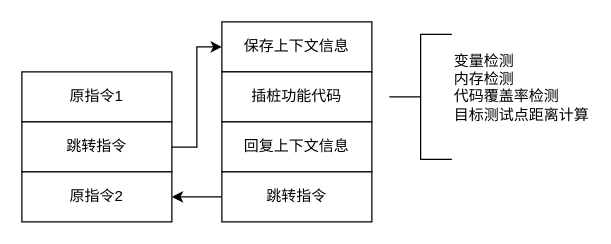
Above: 代码插桩.drawio in Adam-01/diagrams (draw.io), before the change. Source tidied: cells renumbered, new cells numbered last; positions are measured from the earlier drawing's top-left corner, leaving out a move shared by most shapes. Both pictures are drawn from the tidied source at 125%, with x=0, y=0 at pixel (21, 21).
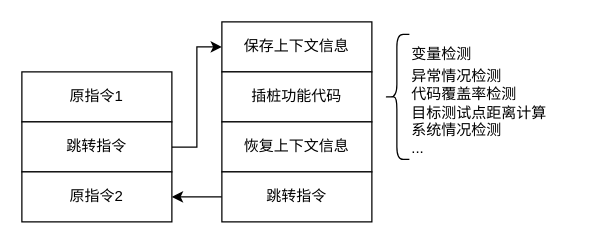
After the change.

Commit message (it also covers changes not shown here):
更新代码插桩.drawio

Diff of the diagram source:
```diff
@@
 <mxGraphModel>
   <root>
     <mxCell id="0" />
     <mxCell id="1" parent="0" />
     <mxCell id="2" value="原指令1" style="rounded=0;whiteSpace=wrap;html=1;fontFamily=宋体;" parent="1" vertex="1">
       <mxGeometry y="40" width="120" height="40" as="geometry" />
     </mxCell>
     <mxCell id="3" style="edgeStyle=orthogonalEdgeStyle;rounded=0;jettySize=auto;html=1;entryX=0;entryY=0.5;entryDx=0;entryDy=0;fontFamily=宋体;" parent="1" edge="1" target="6">
       <mxGeometry relative="1" as="geometry">
         <mxPoint x="120" y="100.1" as="sourcePoint" />
         <Array as="points">
           <mxPoint x="140" y="100" />
           <mxPoint x="140" y="20" />
         </Array>
       </mxGeometry>
     </mxCell>
     <mxCell id="4" value="跳转指令" style="rounded=0;whiteSpace=wrap;html=1;fontFamily=宋体;" parent="1" vertex="1">
       <mxGeometry y="80" width="120" height="40" as="geometry" />
     </mxCell>
     <mxCell id="5" value="原指令2" style="rounded=0;whiteSpace=wrap;html=1;fontFamily=宋体;" parent="1" vertex="1">
       <mxGeometry y="120" width="120" height="40" as="geometry" />
     </mxCell>
     <mxCell id="6" value="保存上下文信息" style="rounded=0;whiteSpace=wrap;html=1;fontFamily=宋体;" parent="1" vertex="1">
       <mxGeometry x="160" width="120" height="40" as="geometry" />
     </mxCell>
     <mxCell id="7" value="插桩功能代码" style="rounded=0;whiteSpace=wrap;html=1;fontFamily=宋体;" parent="1" vertex="1">
       <mxGeometry x="160" y="40" width="120" height="40" as="geometry" />
     </mxCell>
-    <mxCell id="8" value="回复上下文信息" style="rounded=0;whiteSpace=wrap;html=1;fontFamily=宋体;" parent="1" vertex="1">
+    <mxCell id="8" value="恢复上下文信息" style="rounded=0;whiteSpace=wrap;html=1;fontFamily=宋体;" parent="1" vertex="1">
       <mxGeometry x="160" y="80" width="120" height="40" as="geometry" />
     </mxCell>
     <mxCell id="9" style="edgeStyle=orthogonalEdgeStyle;rounded=0;jettySize=auto;html=1;fontFamily=宋体;" parent="1" edge="1" source="10" target="5">
       <mxGeometry relative="1" as="geometry" />
     </mxCell>
     <mxCell id="10" value="跳转指令" style="rounded=0;whiteSpace=wrap;html=1;fontFamily=宋体;" parent="1" vertex="1">
       <mxGeometry x="160" y="120" width="120" height="40" as="geometry" />
     </mxCell>
-    <mxCell id="11" value="变量检测&lt;div&gt;内存检测&lt;/div&gt;&lt;div&gt;代码覆盖率检测&lt;/div&gt;&lt;div&gt;目标测试点距离计算&lt;/div&gt;&lt;div&gt;&lt;br&gt;&lt;/div&gt;" style="strokeWidth=1;html=1;shape=mxgraph.flowchart.annotation_2;align=left;labelPosition=right;fontFamily=宋体;" parent="1" vertex="1">
-      <mxGeometry x="294" y="10" width="50" height="100" as="geometry" />
-    </mxCell>
+    <mxCell id="12" style="shape=curlyBracket;whiteSpace=wrap;html=1;rounded=1;labelPosition=left;verticalLabelPosition=middle;align=right;verticalAlign=middle;size=0.5;" parent="1" vertex="1">
+      <mxGeometry x="290" y="10" width="20" height="100" as="geometry" />
+    </mxCell>
+    <mxCell id="13" value="&lt;font face=&quot;宋体&quot; style=&quot;font-size: 12px; font-weight: normal;&quot;&gt;变量检测&lt;/font&gt;&lt;div style=&quot;font-size: 12px;&quot;&gt;&lt;font face=&quot;宋体&quot; style=&quot;font-size: 12px; font-weight: normal;&quot;&gt;异常情况检测&lt;/font&gt;&lt;/div&gt;&lt;div style=&quot;font-size: 12px;&quot;&gt;&lt;font face=&quot;宋体&quot; style=&quot;font-size: 12px; font-weight: normal;&quot;&gt;代码覆盖率检测&lt;/font&gt;&lt;/div&gt;&lt;div style=&quot;font-size: 12px;&quot;&gt;&lt;font face=&quot;宋体&quot; style=&quot;font-size: 12px; font-weight: normal;&quot;&gt;目标测试点距离计算&lt;/font&gt;&lt;/div&gt;&lt;div style=&quot;font-size: 12px;&quot;&gt;&lt;font face=&quot;宋体&quot;&gt;&lt;span style=&quot;font-weight: 400;&quot;&gt;系统情况检测&lt;/span&gt;&lt;/font&gt;&lt;/div&gt;&lt;div style=&quot;font-size: 12px;&quot;&gt;&lt;font face=&quot;宋体&quot;&gt;&lt;span style=&quot;font-weight: 400;&quot;&gt;...&lt;/span&gt;&lt;/font&gt;&lt;/div&gt;&lt;div style=&quot;font-size: 12px;&quot;&gt;&lt;br style=&quot;font-family: 宋体; font-size: 12px; font-weight: 400;&quot;&gt;&lt;/div&gt;" style="text;strokeColor=none;fillColor=none;html=1;fontSize=24;fontStyle=1;verticalAlign=middle;align=left;" parent="1" vertex="1">
+      <mxGeometry x="310" y="30" width="100" height="70" as="geometry" />
+    </mxCell>
   </root>
 </mxGraphModel>
```
